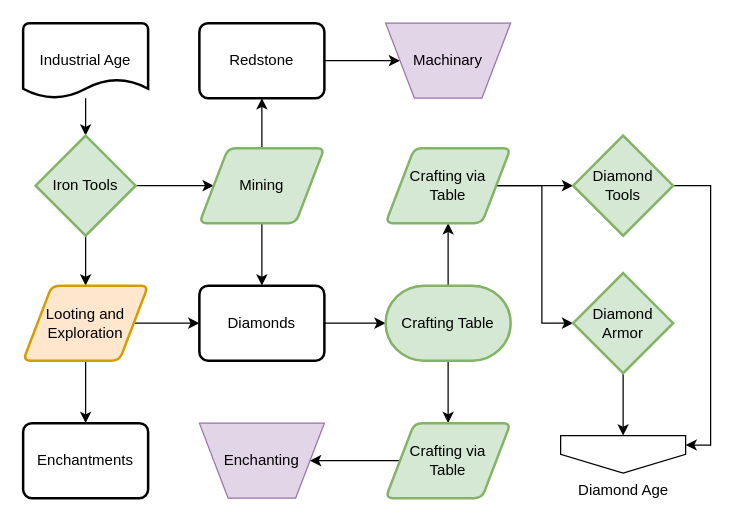
Earlier version of the draw.io diagram page "Industrial Age" (5 of 7) of flowcharts/progression.drawio (MeepishRealms/Cog). Source tidied: cells renumbered, new cells numbered last; positions are measured from the earlier drawing's top-left corner, leaving out a move shared by most shapes. Both pictures are drawn from the tidied source at 125%, with x=0, y=0 at pixel (22, 22).
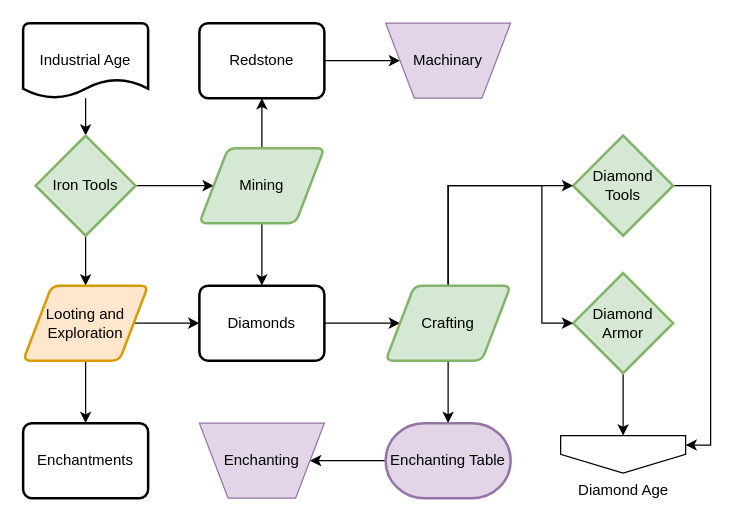
Above is the later version.

Unchanged cells that the change refers to:
```xml
<mxCell id="14" value="Diamonds" style="rounded=1;whiteSpace=wrap;html=1;absoluteArcSize=1;arcSize=14;strokeWidth=2;" parent="1" vertex="1">
  <mxGeometry x="141" y="210" width="100" height="60" as="geometry" />
</mxCell>
<mxCell id="22" value="Diamond&lt;br&gt;Tools" style="strokeWidth=2;html=1;shape=mxgraph.flowchart.decision;whiteSpace=wrap;fillColor=#d5e8d4;strokeColor=#82b366;" parent="1" vertex="1">
  <mxGeometry x="440" y="90" width="80" height="80" as="geometry" />
</mxCell>
<mxCell id="24" value="Diamond&lt;br&gt;Armor" style="strokeWidth=2;html=1;shape=mxgraph.flowchart.decision;whiteSpace=wrap;fillColor=#d5e8d4;strokeColor=#82b366;" parent="1" vertex="1">
  <mxGeometry x="440" y="200" width="80" height="80" as="geometry" />
</mxCell>
<mxCell id="27" value="Enchanting" style="verticalLabelPosition=middle;verticalAlign=middle;html=1;shape=trapezoid;perimeter=trapezoidPerimeter;whiteSpace=wrap;size=0.23;arcSize=10;flipV=1;labelPosition=center;align=center;fillColor=#e1d5e7;strokeColor=#9673a6;" parent="1" vertex="1">
  <mxGeometry x="141" y="320" width="100" height="60" as="geometry" />
</mxCell>
```

Change to the diagram source:
```diff
@@
-    <mxCell id="13" style="edgeStyle=orthogonalEdgeStyle;rounded=0;jettySize=auto;html=1;" parent="1" edge="1" source="14" target="17">
-      <mxGeometry relative="1" as="geometry" />
-    </mxCell>
+    <mxCell id="33" style="edgeStyle=orthogonalEdgeStyle;rounded=0;jettySize=auto;html=1;" parent="1" edge="1" source="14" target="37">
+      <mxGeometry relative="1" as="geometry" />
+    </mxCell>
@@
-    <mxCell id="15" style="edgeStyle=orthogonalEdgeStyle;rounded=0;jettySize=auto;html=1;" parent="1" edge="1" source="17" target="20">
-      <mxGeometry relative="1" as="geometry" />
-    </mxCell>
-    <mxCell id="16" style="edgeStyle=orthogonalEdgeStyle;rounded=0;jettySize=auto;html=1;" parent="1" edge="1" source="17" target="29">
-      <mxGeometry relative="1" as="geometry" />
-    </mxCell>
-    <mxCell id="17" value="Crafting Table" style="strokeWidth=2;html=1;shape=mxgraph.flowchart.terminator;whiteSpace=wrap;fillColor=#d5e8d4;strokeColor=#82b366;" parent="1" vertex="1">
-      <mxGeometry x="290" y="210" width="100" height="60" as="geometry" />
-    </mxCell>
-    <mxCell id="18" style="edgeStyle=orthogonalEdgeStyle;rounded=0;jettySize=auto;html=1;" parent="1" edge="1" source="20" target="22">
-      <mxGeometry relative="1" as="geometry" />
-    </mxCell>
-    <mxCell id="19" style="edgeStyle=orthogonalEdgeStyle;rounded=0;jettySize=auto;html=1;exitX=1;exitY=0.5;exitDx=0;exitDy=0;entryX=0;entryY=0.5;entryDx=0;entryDy=0;entryPerimeter=0;" parent="1" edge="1" source="20" target="24">
-      <mxGeometry relative="1" as="geometry" />
-    </mxCell>
-    <mxCell id="20" value="Crafting via&lt;br&gt;Table" style="shape=parallelogram;html=1;strokeWidth=2;perimeter=parallelogramPerimeter;whiteSpace=wrap;rounded=1;arcSize=12;size=0.23;fillColor=#d5e8d4;strokeColor=#82b366;" parent="1" vertex="1">
-      <mxGeometry x="290" y="100" width="100" height="60" as="geometry" />
-    </mxCell>
@@
-    <mxCell id="28" style="edgeStyle=orthogonalEdgeStyle;rounded=0;jettySize=auto;html=1;" parent="1" edge="1" source="29" target="27">
-      <mxGeometry relative="1" as="geometry" />
-    </mxCell>
-    <mxCell id="29" value="Crafting via&lt;br&gt;Table" style="shape=parallelogram;html=1;strokeWidth=2;perimeter=parallelogramPerimeter;whiteSpace=wrap;rounded=1;arcSize=12;size=0.23;fillColor=#d5e8d4;strokeColor=#82b366;" parent="1" vertex="1">
-      <mxGeometry x="290" y="320" width="100" height="60" as="geometry" />
-    </mxCell>
@@
+    <mxCell id="34" style="edgeStyle=orthogonalEdgeStyle;rounded=0;jettySize=auto;html=1;" parent="1" edge="1" source="37" target="39">
+      <mxGeometry relative="1" as="geometry" />
+    </mxCell>
+    <mxCell id="35" style="edgeStyle=orthogonalEdgeStyle;rounded=0;jettySize=auto;html=1;exitX=0.5;exitY=0;exitDx=0;exitDy=0;entryX=0;entryY=0.5;entryDx=0;entryDy=0;entryPerimeter=0;" parent="1" edge="1" source="37" target="22">
+      <mxGeometry relative="1" as="geometry" />
+    </mxCell>
+    <mxCell id="36" style="edgeStyle=orthogonalEdgeStyle;rounded=0;jettySize=auto;html=1;exitX=0.5;exitY=0;exitDx=0;exitDy=0;entryX=0;entryY=0.5;entryDx=0;entryDy=0;entryPerimeter=0;" parent="1" edge="1" source="37" target="24">
+      <mxGeometry relative="1" as="geometry">
+        <Array as="points">
+          <mxPoint x="340" y="130" />
+          <mxPoint x="415" y="130" />
+          <mxPoint x="415" y="240" />
+        </Array>
+      </mxGeometry>
+    </mxCell>
+    <mxCell id="37" value="Crafting" style="shape=parallelogram;html=1;strokeWidth=2;perimeter=parallelogramPerimeter;whiteSpace=wrap;rounded=1;arcSize=12;size=0.23;fillColor=#d5e8d4;strokeColor=#82b366;" parent="1" vertex="1">
+      <mxGeometry x="290" y="210" width="100" height="60" as="geometry" />
+    </mxCell>
+    <mxCell id="38" style="edgeStyle=orthogonalEdgeStyle;rounded=0;jettySize=auto;html=1;" parent="1" edge="1" source="39" target="27">
+      <mxGeometry relative="1" as="geometry" />
+    </mxCell>
+    <mxCell id="39" value="Enchanting Table" style="strokeWidth=2;html=1;shape=mxgraph.flowchart.terminator;whiteSpace=wrap;fillColor=#e1d5e7;strokeColor=#9673a6;" parent="1" vertex="1">
+      <mxGeometry x="290" y="320" width="100" height="60" as="geometry" />
+    </mxCell>
```
